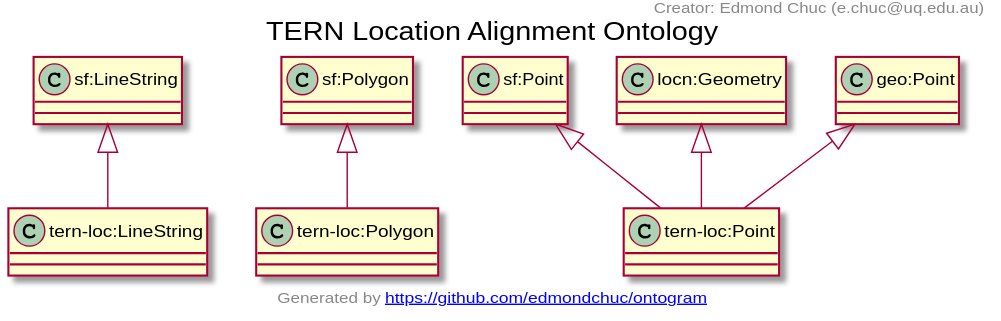
Above: docs/tern-loc.ttl.txt.svg in ternaustralia/ontology_tern-loc (PlantUML), before the change.
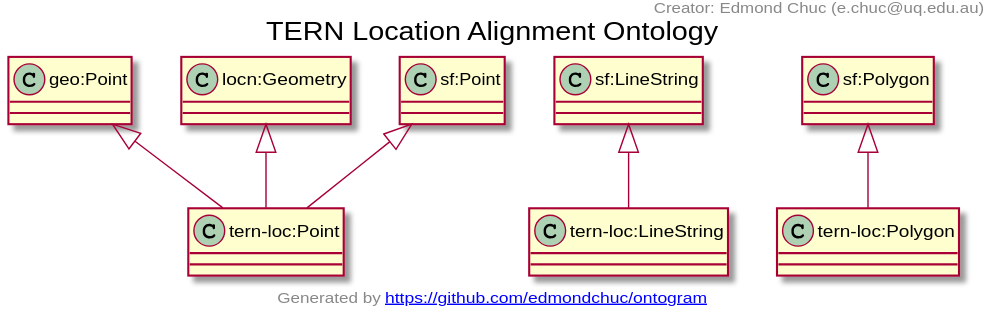
After the change.

Diff of the diagram source:
```diff
@@ -1,15 +1,15 @@
 @startuml
 title TERN Location Alignment Ontology
+"geo:Point" <|-- "tern-loc:Point"
+"locn:Geometry" <|-- "tern-loc:Point"
+"sf:Point" <|-- "tern-loc:Point"
 "sf:LineString" <|-- "tern-loc:LineString"
 "sf:Polygon" <|-- "tern-loc:Polygon"
-"sf:Point" <|-- "tern-loc:Point"
-"locn:Geometry" <|-- "tern-loc:Point"
-"geo:Point" <|-- "tern-loc:Point"
+Class "tern-loc:Point" [[https://w3id.org/tern/ontologies/loc/Point]] {
+}
 Class "tern-loc:LineString" [[https://w3id.org/tern/ontologies/loc/LineString]] {
 }
 Class "tern-loc:Polygon" [[https://w3id.org/tern/ontologies/loc/Polygon]] {
-}
-Class "tern-loc:Point" [[https://w3id.org/tern/ontologies/loc/Point]] {
 }
 header
 Creator: Edmond Chuc (e.chuc@uq.edu.au)
```
